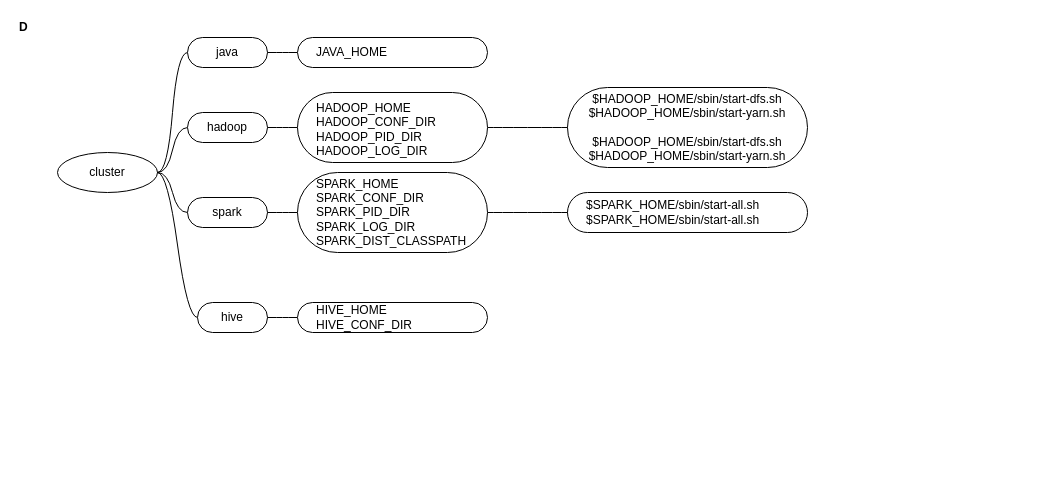
The draw.io diagram page "cluster" (2 of 3) of scala/scala.drawio in yangdj/tf_docs, before the edit. Source tidied: cells renumbered, new cells numbered last; positions are measured from the earlier drawing's top-left corner, leaving out a move shared by most shapes. Both pictures are drawn from the tidied source at 100%, with x=0, y=0 at pixel (17, 17).
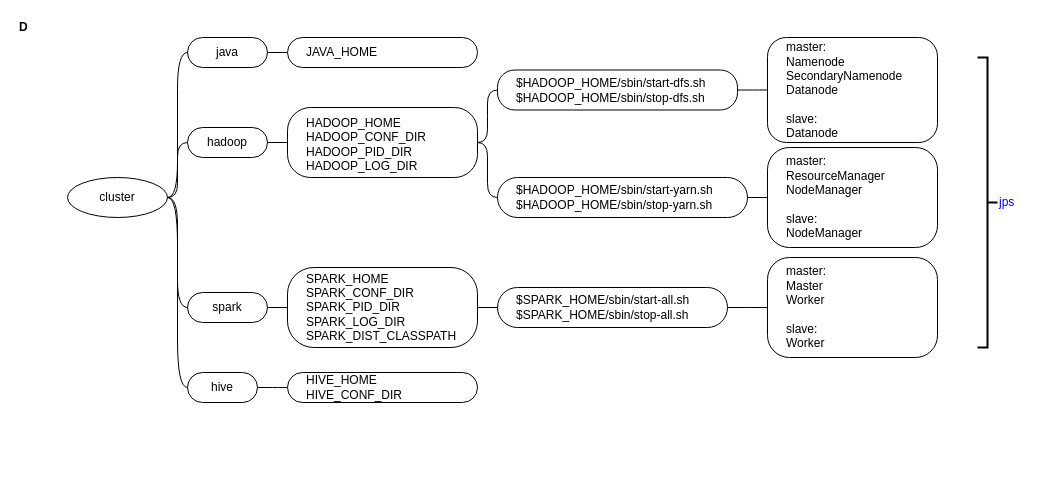
Above is the later version.

What changed in the source:
```diff
@@
     <mxCell id="2" value="D" style="swimlane;html=1;startSize=20;horizontal=1;containerType=tree;rounded=1;shadow=0;glass=0;comic=0;fillColor=none;align=left;strokeColor=none;" parent="1" vertex="1">
-      <mxGeometry width="810" height="370" as="geometry" />
+      <mxGeometry width="1020" height="460" as="geometry" />
     </mxCell>
@@
     <mxCell id="4" value="cluster" style="ellipse;whiteSpace=wrap;html=1;align=center;" parent="2" vertex="1">
-      <mxGeometry x="40" y="135" width="100" height="40" as="geometry" />
+      <mxGeometry x="50" y="160" width="100" height="40" as="geometry" />
     </mxCell>
     <mxCell id="5" value="hadoop" style="whiteSpace=wrap;html=1;rounded=1;arcSize=50;align=center;verticalAlign=middle;strokeWidth=1;spacing=4;" parent="2" vertex="1">
-      <mxGeometry x="170" y="95" width="80" height="30" as="geometry" />
+      <mxGeometry x="170" y="110" width="80" height="30" as="geometry" />
     </mxCell>
-    <mxCell id="6" style="edgeStyle=entityRelationEdgeStyle;startArrow=none;endArrow=none;segment=10;curved=1;" parent="2" edge="1" source="4" target="7">
+    <mxCell id="6" style="edgeStyle=entityRelationEdgeStyle;startArrow=none;endArrow=none;segment=10;curved=1;exitX=1;exitY=0.5;exitDx=0;exitDy=0;" parent="2" edge="1" source="4" target="7">
       <mxGeometry relative="1" as="geometry" />
     </mxCell>
     <mxCell id="7" value="spark" style="whiteSpace=wrap;html=1;rounded=1;arcSize=50;align=center;verticalAlign=middle;strokeWidth=1;spacing=4;" parent="2" vertex="1">
-      <mxGeometry x="170" y="180" width="80" height="30" as="geometry" />
+      <mxGeometry x="170" y="275" width="80" height="30" as="geometry" />
     </mxCell>
@@
-    <mxCell id="9" value="$SPARK_HOME/sbin/start-all.sh&lt;br&gt;$SPARK_HOME/sbin/start-all.sh" style="whiteSpace=wrap;html=1;rounded=1;arcSize=50;align=left;verticalAlign=middle;strokeWidth=1;spacing=4;spacingLeft=15;" parent="2" vertex="1">
-      <mxGeometry x="550" y="175" width="240" height="40" as="geometry" />
+    <mxCell id="9" value="$SPARK_HOME/sbin/start-all.sh&lt;br&gt;$SPARK_HOME/sbin/stop-all.sh" style="whiteSpace=wrap;html=1;rounded=1;arcSize=50;align=left;verticalAlign=middle;strokeWidth=1;spacing=4;spacingLeft=15;" parent="2" vertex="1">
+      <mxGeometry x="480" y="270" width="230" height="40" as="geometry" />
     </mxCell>
@@
     <mxCell id="13" value="&lt;span style=&quot;background-color: rgb(255 , 255 , 255)&quot;&gt;JAVA_HOME&lt;br&gt;&lt;/span&gt;" style="whiteSpace=wrap;html=1;rounded=1;arcSize=50;align=left;verticalAlign=middle;strokeWidth=1;spacing=4;spacingLeft=15;" parent="2" vertex="1">
-      <mxGeometry x="280" y="20" width="190" height="30" as="geometry" />
+      <mxGeometry x="270" y="20" width="190" height="30" as="geometry" />
     </mxCell>
@@
-    <mxCell id="15" value="&lt;span style=&quot;text-align: left; font-size: 12px;&quot;&gt;$HADOOP_HOME/sbin/start-dfs.sh&lt;/span&gt;&lt;br style=&quot;text-align: left; font-size: 12px;&quot;&gt;&lt;span style=&quot;text-align: left; font-size: 12px;&quot;&gt;$HADOOP_HOME/sbin/start-yarn.sh&lt;/span&gt;&lt;br style=&quot;text-align: left; font-size: 12px;&quot;&gt;&lt;br style=&quot;text-align: left; font-size: 12px;&quot;&gt;&lt;span style=&quot;text-align: left; font-size: 12px;&quot;&gt;$HADOOP_HOME/sbin/start-dfs.sh&lt;/span&gt;&lt;br style=&quot;text-align: left; font-size: 12px;&quot;&gt;&lt;span style=&quot;text-align: left; font-size: 12px;&quot;&gt;$HADOOP_HOME/sbin/start-yarn.sh&lt;/span&gt;" style="whiteSpace=wrap;html=1;rounded=1;arcSize=50;align=center;verticalAlign=middle;strokeWidth=1;spacing=4;fontSize=12;" parent="2" vertex="1">
-      <mxGeometry x="550" y="70" width="240" height="80" as="geometry" />
+    <mxCell id="15" value="&lt;span style=&quot;font-size: 12px&quot;&gt;$HADOOP_HOME/sbin/start-dfs.sh&lt;/span&gt;&lt;br style=&quot;font-size: 12px&quot;&gt;&lt;span style=&quot;font-size: 12px&quot;&gt;$HADOOP_HOME/sbin/stop-dfs.sh&lt;/span&gt;&lt;span style=&quot;font-size: 12px&quot;&gt;&lt;br&gt;&lt;/span&gt;" style="whiteSpace=wrap;html=1;rounded=1;arcSize=43;align=left;verticalAlign=middle;strokeWidth=1;spacing=4;fontSize=12;spacingLeft=15;" parent="2" vertex="1">
+      <mxGeometry x="480" y="52.5" width="240" height="40" as="geometry" />
     </mxCell>
@@
-    <mxCell id="17" value="&lt;div&gt;HADOOP_HOME&lt;/div&gt;&lt;div&gt;HADOOP_CONF_DIR&lt;/div&gt;&lt;div&gt;HADOOP_PID_DIR&lt;/div&gt;&lt;div&gt;HADOOP_LOG_DIR&lt;/div&gt;&lt;div&gt;&lt;br&gt;&lt;/div&gt;" style="whiteSpace=wrap;html=1;rounded=1;arcSize=50;align=left;verticalAlign=top;strokeWidth=1;spacing=4;spacingLeft=15;" parent="2" vertex="1">
-      <mxGeometry x="280" y="75" width="190" height="70" as="geometry" />
+    <mxCell id="17" value="&lt;div&gt;HADOOP_HOME&lt;/div&gt;&lt;div&gt;HADOOP_CONF_DIR&lt;/div&gt;&lt;div&gt;HADOOP_PID_DIR&lt;/div&gt;&lt;div&gt;HADOOP_LOG_DIR&lt;/div&gt;&lt;div&gt;&lt;br&gt;&lt;/div&gt;" style="whiteSpace=wrap;html=1;rounded=1;arcSize=33;align=left;verticalAlign=top;strokeWidth=1;spacing=4;spacingLeft=15;" parent="2" vertex="1">
+      <mxGeometry x="270" y="90" width="190" height="70" as="geometry" />
     </mxCell>
@@
-    <mxCell id="19" value="&lt;div&gt;SPARK_HOME&lt;/div&gt;&lt;div&gt;SPARK_CONF_DIR&lt;/div&gt;&lt;div&gt;SPARK_PID_DIR&lt;/div&gt;&lt;div&gt;SPARK_LOG_DIR&lt;/div&gt;&lt;div&gt;SPARK_DIST_CLASSPATH&lt;/div&gt;" style="whiteSpace=wrap;html=1;rounded=1;arcSize=50;align=left;verticalAlign=middle;strokeWidth=1;spacing=4;spacingLeft=15;" parent="2" vertex="1">
-      <mxGeometry x="280" y="155" width="190" height="80" as="geometry" />
+    <mxCell id="19" value="&lt;div&gt;SPARK_HOME&lt;/div&gt;&lt;div&gt;SPARK_CONF_DIR&lt;/div&gt;&lt;div&gt;SPARK_PID_DIR&lt;/div&gt;&lt;div&gt;SPARK_LOG_DIR&lt;/div&gt;&lt;div&gt;SPARK_DIST_CLASSPATH&lt;/div&gt;" style="whiteSpace=wrap;html=1;rounded=1;arcSize=33;align=left;verticalAlign=middle;strokeWidth=1;spacing=4;spacingLeft=15;" parent="2" vertex="1">
+      <mxGeometry x="270" y="250" width="190" height="80" as="geometry" />
     </mxCell>
-    <mxCell id="20" style="edgeStyle=entityRelationEdgeStyle;startArrow=none;endArrow=none;segment=10;curved=1;" parent="2" edge="1" source="4" target="21">
+    <mxCell id="20" style="edgeStyle=entityRelationEdgeStyle;startArrow=none;endArrow=none;segment=10;curved=1;exitX=1;exitY=0.5;exitDx=0;exitDy=0;" parent="2" edge="1" source="4" target="21">
       <mxGeometry relative="1" as="geometry" />
     </mxCell>
     <mxCell id="21" value="hive" style="whiteSpace=wrap;html=1;rounded=1;arcSize=50;align=center;verticalAlign=middle;strokeWidth=1;spacing=4;" parent="2" vertex="1">
-      <mxGeometry x="180" y="285" width="70" height="30" as="geometry" />
+      <mxGeometry x="170" y="355" width="70" height="30" as="geometry" />
     </mxCell>
@@
     <mxCell id="23" value="HIVE_HOME&lt;br&gt;HIVE_CONF_DIR" style="whiteSpace=wrap;html=1;rounded=1;arcSize=50;align=left;verticalAlign=middle;strokeWidth=1;spacing=4;spacingLeft=15;" parent="2" vertex="1">
-      <mxGeometry x="280" y="285" width="190" height="30" as="geometry" />
+      <mxGeometry x="270" y="355" width="190" height="30" as="geometry" />
     </mxCell>
+    <mxCell id="24" style="edgeStyle=entityRelationEdgeStyle;startArrow=none;endArrow=none;segment=10;curved=1;" parent="2" edge="1" source="17" target="25">
+      <mxGeometry relative="1" as="geometry" />
+    </mxCell>
+    <mxCell id="25" value="$HADOOP_HOME/sbin/start-yarn.sh&lt;br&gt;$HADOOP_HOME/sbin/stop-yarn.sh&lt;span style=&quot;font-size: 12px&quot;&gt;&lt;br&gt;&lt;/span&gt;" style="whiteSpace=wrap;html=1;rounded=1;arcSize=50;align=left;verticalAlign=middle;strokeWidth=1;spacing=4;fontSize=12;spacingLeft=15;" parent="2" vertex="1">
+      <mxGeometry x="480" y="160" width="250" height="40" as="geometry" />
+    </mxCell>
+    <mxCell id="26" style="edgeStyle=entityRelationEdgeStyle;startArrow=none;endArrow=none;segment=10;curved=1;" parent="2" edge="1" source="15" target="27">
+      <mxGeometry relative="1" as="geometry" />
+    </mxCell>
+    <mxCell id="27" value="&lt;span style=&quot;font-size: 12px&quot;&gt;master:&lt;br&gt;Namenode&lt;br&gt;SecondaryNamenode&lt;br&gt;Datanode&lt;br&gt;&lt;br&gt;&lt;/span&gt;slave:&lt;br&gt;Datanode&lt;span style=&quot;font-size: 12px&quot;&gt;&lt;br&gt;&lt;/span&gt;" style="whiteSpace=wrap;html=1;rounded=1;arcSize=18;align=left;verticalAlign=middle;strokeWidth=1;spacing=4;fontSize=12;spacingLeft=15;" parent="2" vertex="1">
+      <mxGeometry x="750" y="20" width="170" height="105" as="geometry" />
+    </mxCell>
+    <mxCell id="28" style="edgeStyle=entityRelationEdgeStyle;startArrow=none;endArrow=none;segment=10;curved=1;" parent="2" edge="1" source="25" target="29">
+      <mxGeometry relative="1" as="geometry" />
+    </mxCell>
+    <mxCell id="29" value="&lt;span style=&quot;font-size: 12px&quot;&gt;master:&lt;br&gt;ResourceManager&lt;br&gt;NodeManager&lt;br&gt;&lt;br&gt;slave:&lt;br&gt;NodeManager&lt;br&gt;&lt;/span&gt;" style="whiteSpace=wrap;html=1;rounded=1;arcSize=22;align=left;verticalAlign=middle;strokeWidth=1;spacing=4;fontSize=12;spacingLeft=15;" parent="2" vertex="1">
+      <mxGeometry x="750" y="130" width="170" height="100" as="geometry" />
+    </mxCell>
+    <mxCell id="30" style="edgeStyle=entityRelationEdgeStyle;startArrow=none;endArrow=none;segment=10;curved=1;" parent="2" edge="1" source="9" target="31">
+      <mxGeometry relative="1" as="geometry" />
+    </mxCell>
+    <mxCell id="31" value="&lt;span style=&quot;font-size: 12px&quot;&gt;master:&lt;br&gt;Master&lt;br&gt;Worker&lt;br&gt;&lt;br&gt;slave:&lt;br&gt;Worker&lt;br&gt;&lt;/span&gt;" style="whiteSpace=wrap;html=1;rounded=1;arcSize=22;align=left;verticalAlign=middle;strokeWidth=1;spacing=4;fontSize=12;spacingLeft=15;" parent="2" vertex="1">
+      <mxGeometry x="750" y="240" width="170" height="100" as="geometry" />
+    </mxCell>
+    <mxCell id="32" value="jps" style="strokeWidth=2;html=1;shape=mxgraph.flowchart.annotation_2;align=left;labelPosition=right;fontColor=#0000FF;direction=west;" parent="2" vertex="1">
+      <mxGeometry x="960" y="40" width="20" height="290" as="geometry" />
+    </mxCell>
```
